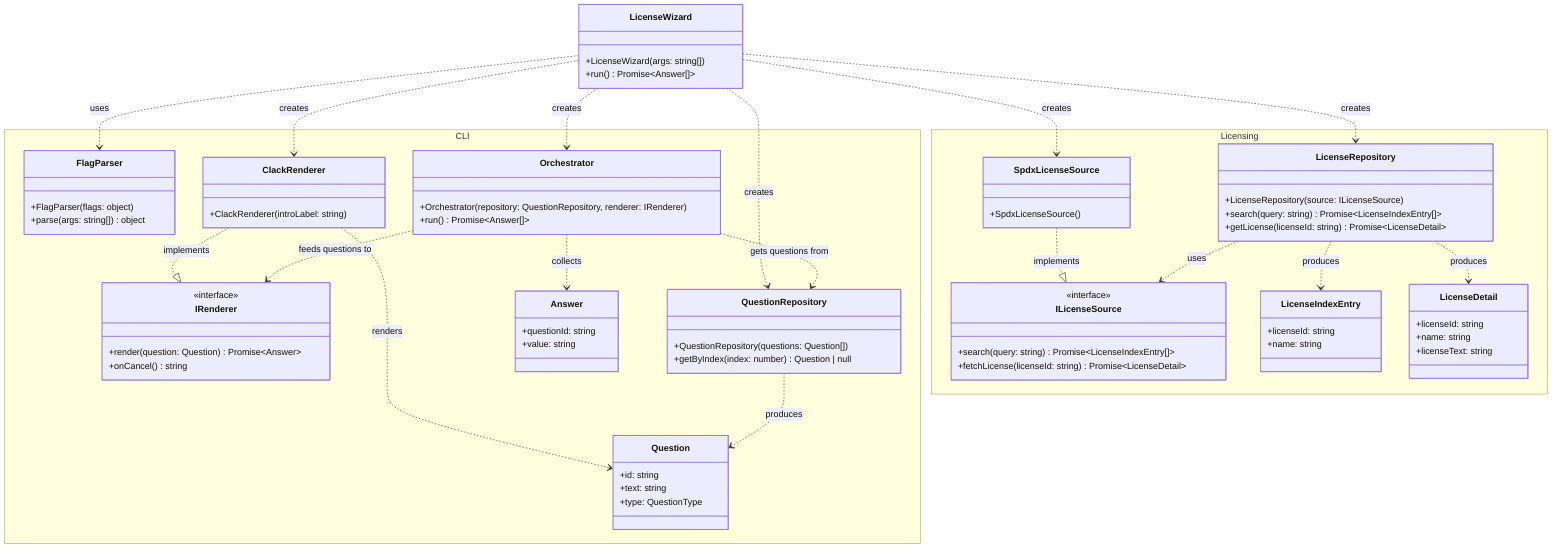
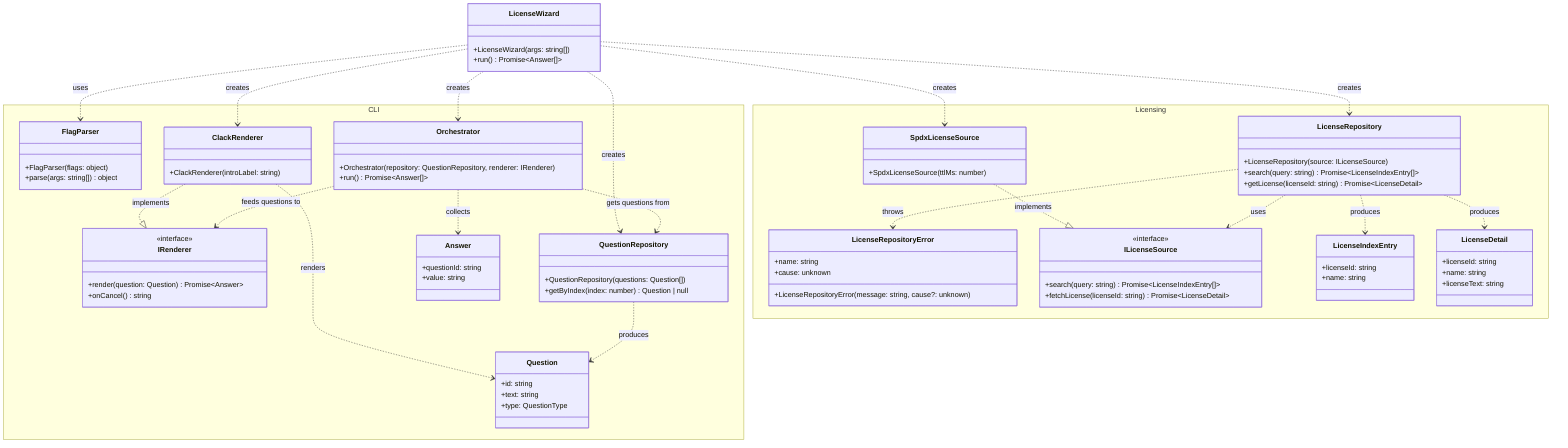
classDiagram
  direction TB

  class LicenseWizard {
    +LicenseWizard(args: string[])
    +run() Promise~Answer[]~
  }

  namespace CLI {
    class FlagParser {
      +FlagParser(flags: object)
      +parse(args: string[]) object
    }

    class Orchestrator {
      +Orchestrator(repository: QuestionRepository, renderer: IRenderer)
      +run() Promise~Answer[]~
    }

    class IRenderer {
      <<interface>>
      +render(question: Question) Promise~Answer~
      +onCancel() string
    }

    class ClackRenderer {
      +ClackRenderer(introLabel: string)
    }

    class QuestionRepository {
      +QuestionRepository(questions: Question[])
      +getByIndex(index: number) Question | null
    }

    class Question {
      +id: string
      +text: string
      +type: QuestionType
    }

    class Answer {
      +questionId: string
      +value: string
    }
  }

  namespace Licensing {
    class LicenseRepository {
      +LicenseRepository(source: ILicenseSource)
      +search(query: string) Promise~LicenseIndexEntry[]~
      +getLicense(licenseId: string) Promise~LicenseDetail~
    }

+     class LicenseRepositoryError {
+       +name: string
+       +cause: unknown
+       +LicenseRepositoryError(message: string, cause?: unknown)
+     }
+ 
    class ILicenseSource {
      <<interface>>
      +search(query: string) Promise~LicenseIndexEntry[]~
      +fetchLicense(licenseId: string) Promise~LicenseDetail~
    }

    class SpdxLicenseSource {
-       +SpdxLicenseSource()
+       +SpdxLicenseSource(ttlMs: number)
    }

    class LicenseIndexEntry {
      +licenseId: string
      +name: string
    }

    class LicenseDetail {
      +licenseId: string
      +name: string
      +licenseText: string
    }
  }

  ClackRenderer ..|> IRenderer : implements
  LicenseWizard ..> FlagParser : uses
  LicenseWizard ..> QuestionRepository : creates
  LicenseWizard ..> ClackRenderer : creates
  LicenseWizard ..> Orchestrator : creates
  LicenseWizard ..> SpdxLicenseSource : creates
  LicenseWizard ..> LicenseRepository : creates
  Orchestrator ..> QuestionRepository : gets questions from
  Orchestrator ..> IRenderer : feeds questions to
  ClackRenderer ..> Question : renders
  QuestionRepository ..> Question : produces
  Orchestrator ..> Answer : collects
  SpdxLicenseSource ..|> ILicenseSource : implements
  LicenseRepository ..> ILicenseSource : uses
  LicenseRepository ..> LicenseIndexEntry : produces
  LicenseRepository ..> LicenseDetail : produces
+   LicenseRepository ..> LicenseRepositoryError : throws
